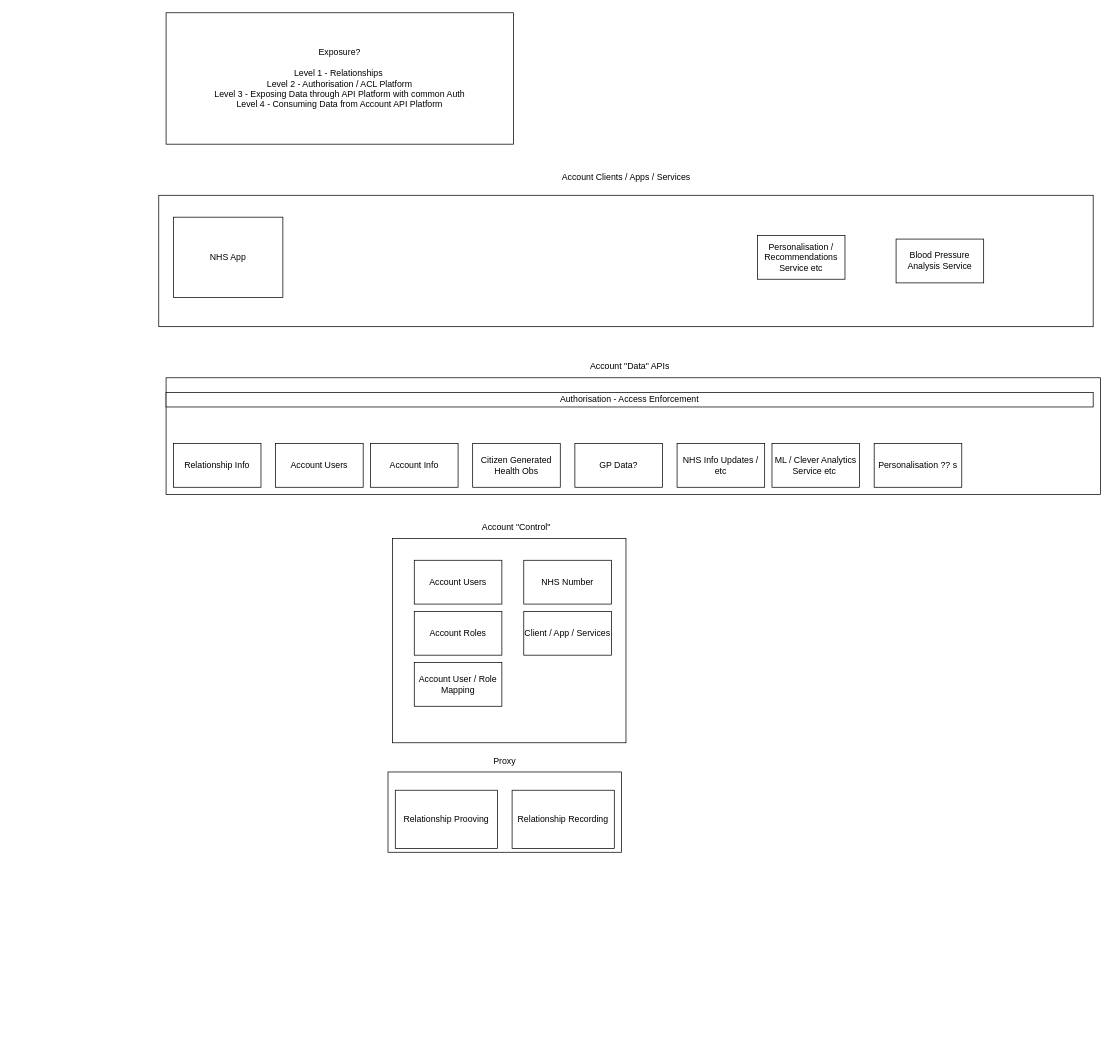
Earlier version of the draw.io diagram docs/nhs-account-v2/Proxy and Account.drawio (nhsexperience/nhs-experience). Source tidied: cells renumbered, new cells numbered last; positions are measured from the earlier drawing's top-left corner, leaving out a move shared by most shapes. Both pictures are drawn from the tidied source at 73%, with x=0, y=0 at pixel (158, 12).
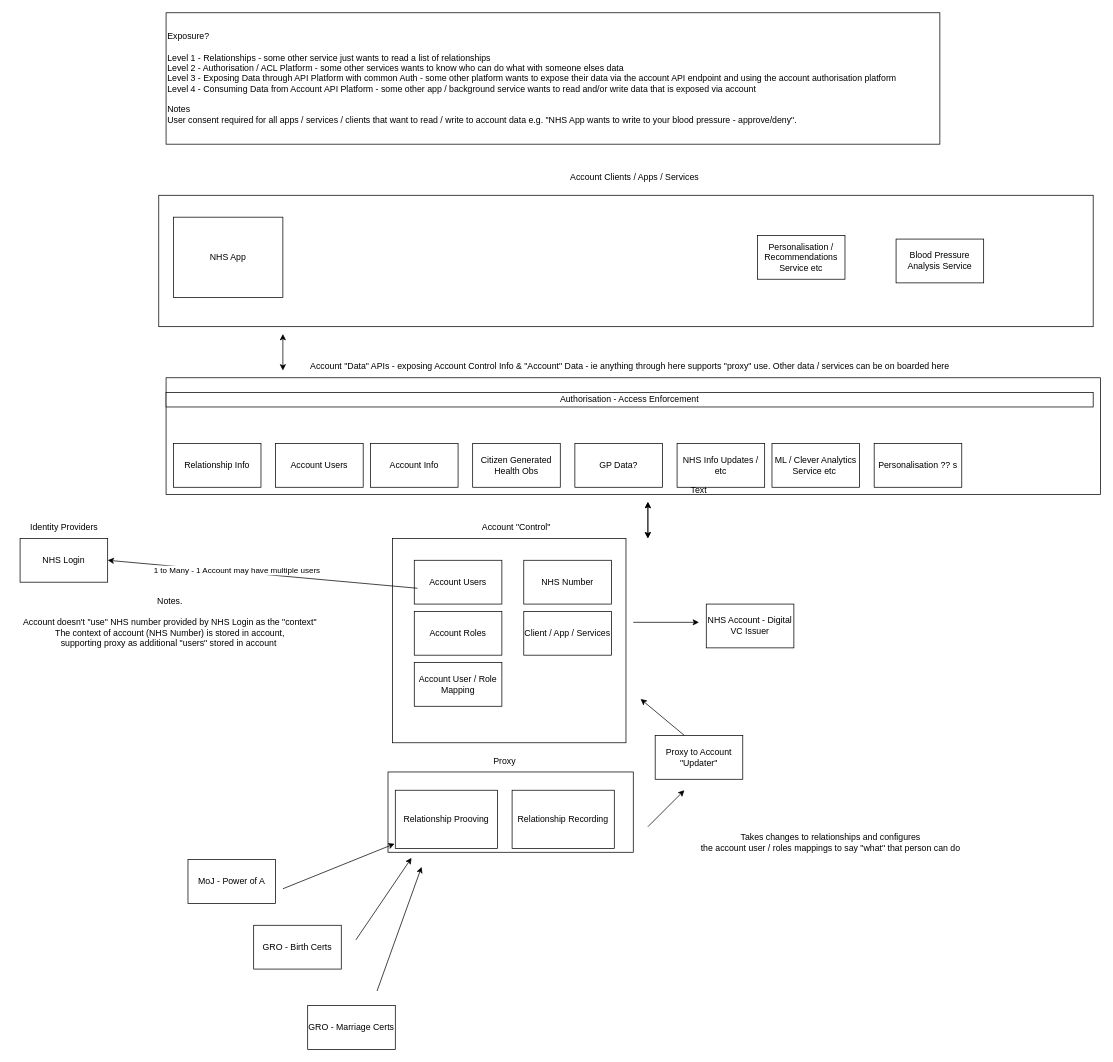
The same page after the edit.

Unchanged cells that the change refers to:
```xml
<mxCell id="7" value="Relationship Prooving" style="rounded=0;whiteSpace=wrap;html=1;" parent="1" vertex="1">
  <mxGeometry x="324" y="1065" width="140" height="80" as="geometry" />
</mxCell>
<mxCell id="9" value="Account Users" style="rounded=0;whiteSpace=wrap;html=1;" parent="1" vertex="1">
  <mxGeometry x="350" y="750" width="120" height="60" as="geometry" />
</mxCell>
```

Change to the diagram source:
```diff
@@
-    <mxCell id="4" value="Account &quot;Data&quot; APIs" style="text;html=1;align=center;verticalAlign=middle;strokeColor=none;fillColor=none;" parent="1" vertex="1">
-      <mxGeometry x="580" y="470" width="130" height="30" as="geometry" />
+    <mxCell id="4" value="Account &quot;Data&quot; APIs - exposing Account Control Info &amp;amp; &quot;Account&quot; Data - ie anything through here supports &quot;proxy&quot; use. Other data / services can be on boarded here" style="text;html=1;align=center;verticalAlign=middle;strokeColor=none;fillColor=none;" parent="1" vertex="1">
+      <mxGeometry x="195" y="470" width="900" height="30" as="geometry" />
     </mxCell>
     <mxCell id="5" style="rounded=0;whiteSpace=wrap;html=1;" parent="1" vertex="1">
-      <mxGeometry x="314" y="1040" width="320" height="110" as="geometry" />
+      <mxGeometry x="314" y="1040" width="336" height="110" as="geometry" />
     </mxCell>
@@
-    <mxCell id="23" value="Exposure?&lt;br&gt;&lt;br&gt;Level 1 - Relationships&amp;nbsp;&lt;br&gt;Level 2 - Authorisation / ACL Platform&lt;br&gt;Level 3 - Exposing Data through API Platform with common Auth&lt;br&gt;Level 4 - Consuming Data from Account API Platform" style="rounded=0;whiteSpace=wrap;html=1;" parent="1" vertex="1">
-      <mxGeometry x="10" width="476" height="180" as="geometry" />
+    <mxCell id="23" value="Exposure?&lt;br&gt;&lt;br&gt;Level 1 - Relationships - some other service just wants to read a list of relationships&lt;br&gt;Level 2 - Authorisation / ACL Platform - some other services wants to know who can do what with someone elses data&lt;br&gt;Level 3 - Exposing Data through API Platform with common Auth - some other platform wants to expose their data via the account API endpoint and using the account authorisation platform&lt;br&gt;Level 4 - Consuming Data from Account API Platform - some other app / background service wants to read and/or write data that is exposed via account&lt;br&gt;&lt;br&gt;Notes&lt;br&gt;User consent required for all apps / services / clients that want to read / write to account data e.g. &quot;NHS App wants to write to your blood pressure - approve/deny&quot;." style="rounded=0;whiteSpace=wrap;html=1;align=left;" parent="1" vertex="1">
+      <mxGeometry x="10" width="1060" height="180" as="geometry" />
     </mxCell>
@@
     <mxCell id="26" value="Account Clients / Apps / Services" style="text;html=1;strokeColor=none;fillColor=none;align=center;verticalAlign=middle;whiteSpace=wrap;rounded=0;" parent="1" vertex="1">
-      <mxGeometry x="542.5" y="210" width="195" height="30" as="geometry" />
+      <mxGeometry x="542.5" y="210" width="217.5" height="30" as="geometry" />
     </mxCell>
@@
+    <mxCell id="30" value="Proxy to Account &quot;Updater&quot;" style="rounded=0;whiteSpace=wrap;html=1;" parent="1" vertex="1">
+      <mxGeometry x="680" y="990" width="120" height="60" as="geometry" />
+    </mxCell>
+    <mxCell id="31" value="NHS Login" style="rounded=0;whiteSpace=wrap;html=1;" parent="1" vertex="1">
+      <mxGeometry x="-190" y="720" width="120" height="60" as="geometry" />
+    </mxCell>
+    <mxCell id="32" value="Text" style="text;html=1;strokeColor=none;fillColor=none;align=center;verticalAlign=middle;whiteSpace=wrap;rounded=0;" parent="1" vertex="1">
+      <mxGeometry x="710" y="640" width="60" height="30" as="geometry" />
+    </mxCell>
+    <mxCell id="33" value="Identity Providers" style="text;html=1;align=center;verticalAlign=middle;strokeColor=none;fillColor=none;" parent="1" vertex="1">
+      <mxGeometry x="-190" y="690" width="120" height="30" as="geometry" />
+    </mxCell>
+    <mxCell id="34" style="endArrow=classic;html=1;rounded=0;exitX=0.036;exitY=0.639;exitDx=0;exitDy=0;exitPerimeter=0;entryX=1;entryY=0.5;entryDx=0;entryDy=0;" parent="1" edge="1" source="9" target="31">
+      <mxGeometry relative="1" as="geometry" />
+    </mxCell>
+    <mxCell id="35" value="1 to Many - 1 Account may have multiple users" style="edgeLabel;html=1;align=center;verticalAlign=middle;" parent="34" vertex="1">
+      <mxGeometry x="0.17" y="-2" relative="1" as="geometry" />
+    </mxCell>
+    <mxCell id="36" value="Notes.&lt;br&gt;&lt;br&gt;Account doesn't &quot;use&quot; NHS number provided by NHS Login as the &quot;context&quot;&lt;br&gt;The context of account (NHS Number) is stored in account, &lt;br&gt;supporting proxy as additional &quot;users&quot; stored in account&amp;nbsp;" style="text;html=1;align=center;verticalAlign=middle;strokeColor=none;fillColor=none;" parent="1" vertex="1">
+      <mxGeometry x="-200" y="790" width="430" height="90" as="geometry" />
+    </mxCell>
+    <mxCell id="37" value="&lt;br&gt;Takes changes to relationships and configures &lt;br&gt;the account user / roles mappings to say &quot;what&quot; that person can do" style="text;html=1;align=center;verticalAlign=middle;strokeColor=none;fillColor=none;" parent="1" vertex="1">
+      <mxGeometry x="730" y="1100" width="380" height="60" as="geometry" />
+    </mxCell>
+    <mxCell id="38" value="MoJ - Power of A" style="rounded=0;whiteSpace=wrap;html=1;" parent="1" vertex="1">
+      <mxGeometry x="40" y="1160" width="120" height="60" as="geometry" />
+    </mxCell>
+    <mxCell id="39" value="GRO - Birth Certs" style="whiteSpace=wrap;html=1;" parent="1" vertex="1">
+      <mxGeometry x="130" y="1250" width="120" height="60" as="geometry" />
+    </mxCell>
+    <mxCell id="40" value="GRO - Marriage Certs" style="whiteSpace=wrap;html=1;" parent="1" vertex="1">
+      <mxGeometry x="204" y="1360" width="120" height="60" as="geometry" />
+    </mxCell>
+    <mxCell id="41" style="endArrow=classic;html=1;rounded=0;entryX=0.096;entryY=1.07;entryDx=0;entryDy=0;entryPerimeter=0;" parent="1" edge="1" target="5">
+      <mxGeometry relative="1" as="geometry">
+        <mxPoint x="270" y="1270" as="sourcePoint" />
+      </mxGeometry>
+    </mxCell>
+    <mxCell id="42" style="endArrow=classic;html=1;rounded=0;entryX=-0.007;entryY=0.917;entryDx=0;entryDy=0;entryPerimeter=0;" parent="1" edge="1" target="7">
+      <mxGeometry relative="1" as="geometry">
+        <mxPoint x="170" y="1200" as="sourcePoint" />
+      </mxGeometry>
+    </mxCell>
+    <mxCell id="43" style="endArrow=classic;html=1;rounded=0;" parent="1" edge="1">
+      <mxGeometry relative="1" as="geometry">
+        <mxPoint x="299" y="1340" as="sourcePoint" />
+        <mxPoint x="360" y="1170" as="targetPoint" />
+      </mxGeometry>
+    </mxCell>
+    <mxCell id="44" style="endArrow=classic;html=1;rounded=0;" parent="1" edge="1">
+      <mxGeometry relative="1" as="geometry">
+        <mxPoint x="670" y="1115" as="sourcePoint" />
+        <mxPoint x="720" y="1065" as="targetPoint" />
+      </mxGeometry>
+    </mxCell>
+    <mxCell id="45" style="endArrow=classic;html=1;rounded=0;" parent="1" edge="1">
+      <mxGeometry relative="1" as="geometry">
+        <mxPoint x="720" y="990" as="sourcePoint" />
+        <mxPoint x="660" y="940" as="targetPoint" />
+      </mxGeometry>
+    </mxCell>
+    <mxCell id="46" style="endArrow=classic;startArrow=classic;html=1;rounded=0;" parent="1" edge="1">
+      <mxGeometry relative="1" as="geometry">
+        <mxPoint x="670" y="720" as="sourcePoint" />
+        <mxPoint x="670" y="670" as="targetPoint" />
+      </mxGeometry>
+    </mxCell>
+    <mxCell id="47" style="endArrow=classic;startArrow=classic;html=1;rounded=0;" parent="1" edge="1">
+      <mxGeometry relative="1" as="geometry">
+        <mxPoint x="670" y="720" as="sourcePoint" />
+        <mxPoint x="670" y="670" as="targetPoint" />
+        <Array as="points">
+          <mxPoint x="670" y="690" />
+        </Array>
+      </mxGeometry>
+    </mxCell>
+    <mxCell id="48" style="endArrow=classic;startArrow=classic;html=1;rounded=0;" parent="1" edge="1">
+      <mxGeometry relative="1" as="geometry">
+        <mxPoint x="170" y="490" as="sourcePoint" />
+        <mxPoint x="170" y="440" as="targetPoint" />
+      </mxGeometry>
+    </mxCell>
+    <mxCell id="49" value="NHS Account - Digital VC Issuer" style="rounded=0;whiteSpace=wrap;html=1;" parent="1" vertex="1">
+      <mxGeometry x="750" y="810" width="120" height="60" as="geometry" />
+    </mxCell>
+    <mxCell id="50" style="endArrow=classic;html=1;rounded=0;" parent="1" edge="1">
+      <mxGeometry relative="1" as="geometry">
+        <mxPoint x="650" y="835" as="sourcePoint" />
+        <mxPoint x="740" y="835" as="targetPoint" />
+      </mxGeometry>
+    </mxCell>
```
